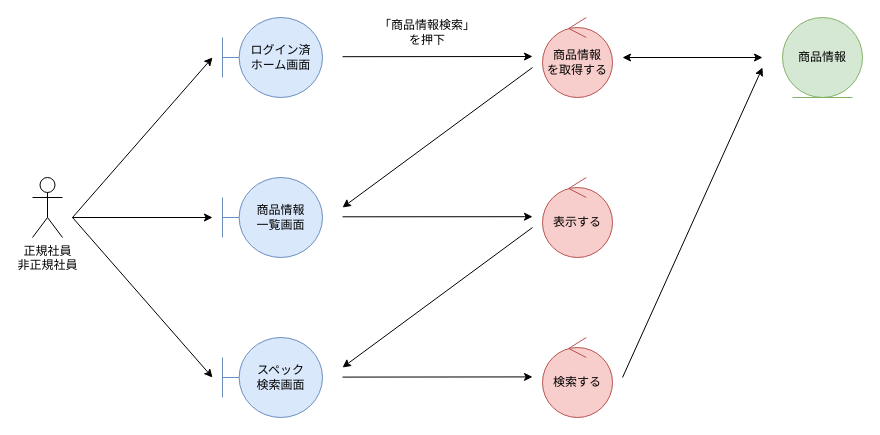
This is page "*ベンチマーク検索" (3 of 3) of 各種設計書/3ロバストネス図/商品情報管理/2.検索機能.drawio from HaruShim/Sotuken, a draw.io file, before an edit. Source tidied: cells renumbered, new cells numbered last; positions are measured from the earlier drawing's top-left corner, leaving out a move shared by most shapes. Both pictures are drawn from the tidied source at 100%, with x=0, y=0 at pixel (32, 17).
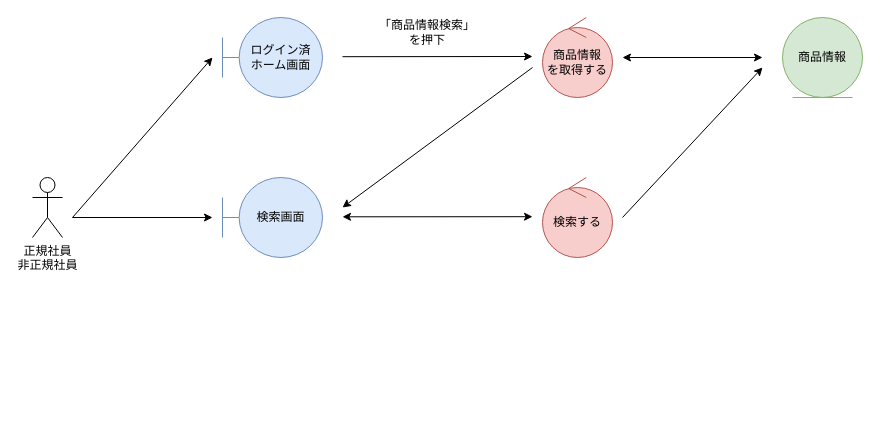
The same diagram, later.

The edit, as a diff of the source:
```diff
@@
-    <mxCell id="4" value="商品情報&lt;br&gt;一覧画面" style="shape=umlBoundary;whiteSpace=wrap;html=1;fillColor=#dae8fc;strokeColor=#6c8ebf;" parent="1" vertex="1">
+    <mxCell id="4" value="検索画面" style="shape=umlBoundary;whiteSpace=wrap;html=1;fillColor=#dae8fc;strokeColor=#6c8ebf;" parent="1" vertex="1">
       <mxGeometry x="190" y="160" width="100" height="80" as="geometry" />
     </mxCell>
@@
-    <mxCell id="13" style="endArrow=classic;html=1;rounded=0;" parent="1" edge="1">
+    <mxCell id="13" style="endArrow=classic;html=1;rounded=0;startArrow=classic;startFill=1;" parent="1" edge="1">
       <mxGeometry relative="1" as="geometry">
         <mxPoint x="310" y="199.3" as="sourcePoint" />
         <mxPoint x="500" y="199.2" as="targetPoint" />
       </mxGeometry>
     </mxCell>
-    <mxCell id="14" value="表示する" style="ellipse;shape=umlControl;whiteSpace=wrap;html=1;fillColor=#f8cecc;strokeColor=#b85450;" parent="1" vertex="1">
+    <mxCell id="14" value="検索する" style="ellipse;shape=umlControl;whiteSpace=wrap;html=1;fillColor=#f8cecc;strokeColor=#b85450;" parent="1" vertex="1">
       <mxGeometry x="510" y="160" width="70" height="80" as="geometry" />
     </mxCell>
-    <mxCell id="15" value="スペック&lt;br&gt;検索画面" style="shape=umlBoundary;whiteSpace=wrap;html=1;fillColor=#dae8fc;strokeColor=#6c8ebf;" parent="1" vertex="1">
-      <mxGeometry x="190" y="320" width="100" height="80" as="geometry" />
-    </mxCell>
-    <mxCell id="16" value="検索する" style="ellipse;shape=umlControl;whiteSpace=wrap;html=1;fillColor=#f8cecc;strokeColor=#b85450;" parent="1" vertex="1">
-      <mxGeometry x="510" y="320" width="70" height="80" as="geometry" />
-    </mxCell>
-    <mxCell id="17" style="endArrow=classic;html=1;rounded=0;startArrow=none;startFill=0;endFill=1;" parent="1" edge="1">
-      <mxGeometry relative="1" as="geometry">
-        <mxPoint x="500" y="210" as="sourcePoint" />
-        <mxPoint x="310" y="350" as="targetPoint" />
-      </mxGeometry>
-    </mxCell>
-    <mxCell id="18" style="endArrow=classic;html=1;rounded=0;" parent="1" edge="1">
-      <mxGeometry relative="1" as="geometry">
-        <mxPoint x="310" y="359.6" as="sourcePoint" />
-        <mxPoint x="500" y="359.4" as="targetPoint" />
-      </mxGeometry>
-    </mxCell>
-    <mxCell id="19" style="endArrow=classic;html=1;rounded=0;" parent="1" edge="1">
-      <mxGeometry relative="1" as="geometry">
-        <mxPoint x="40" y="200" as="sourcePoint" />
-        <mxPoint x="180" y="360" as="targetPoint" />
-      </mxGeometry>
-    </mxCell>
-    <mxCell id="20" style="endArrow=none;html=1;rounded=0;startArrow=classic;startFill=1;endFill=0;" parent="1" edge="1">
-      <mxGeometry relative="1" as="geometry">
-        <mxPoint x="730" y="50" as="sourcePoint" />
-        <mxPoint x="590" y="360" as="targetPoint" />
-      </mxGeometry>
-    </mxCell>
+    <mxCell id="21" style="endArrow=classic;html=1;rounded=0;startArrow=none;startFill=0;endFill=1;" parent="1" edge="1">
+      <mxGeometry relative="1" as="geometry">
+        <mxPoint x="590" y="200" as="sourcePoint" />
+        <mxPoint x="730" y="50" as="targetPoint" />
+      </mxGeometry>
+    </mxCell>
```
